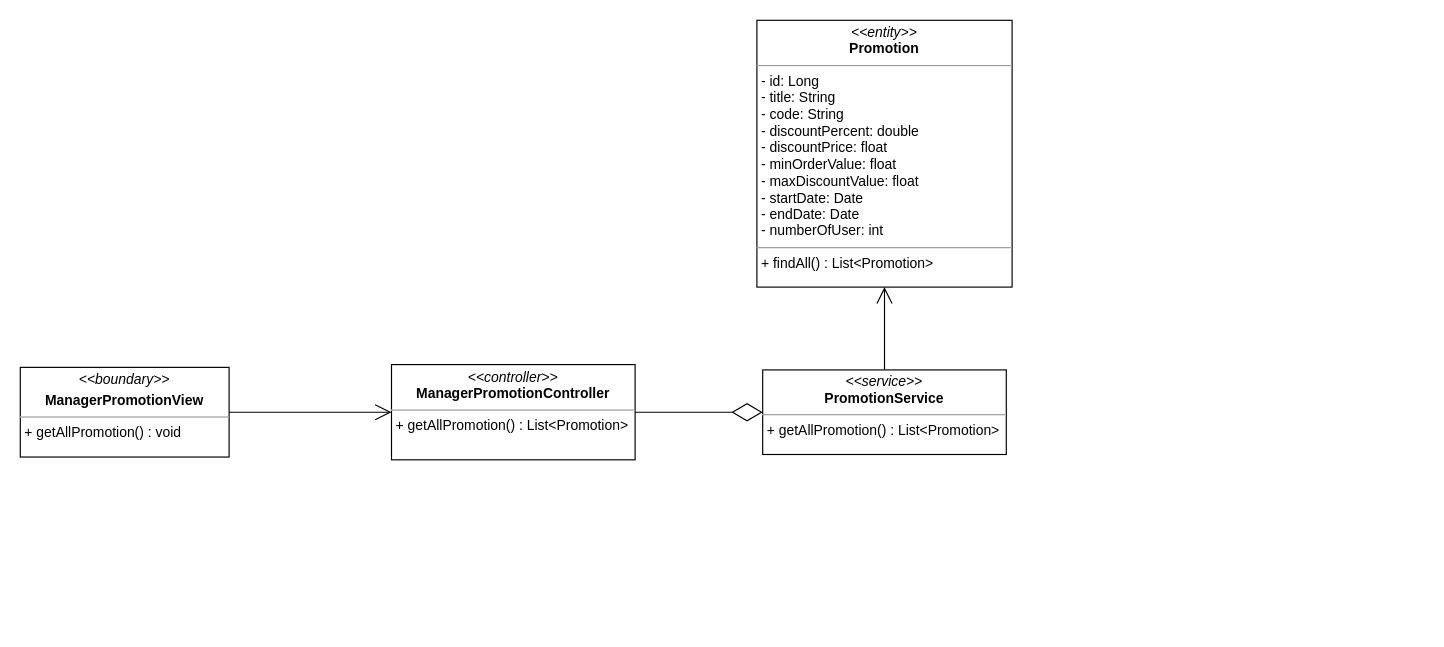
nguyenphamvan/datn_20202 keeps this draw.io diagram as class diagram/manager-promotion-class-diagram.drawio. Above is the earlier version. Source tidied: cells renumbered, new cells numbered last; positions are measured from the earlier drawing's top-left corner, leaving out a move shared by most shapes. Both pictures are drawn from the tidied source at 116%, with x=0, y=0 at pixel (20, 20).
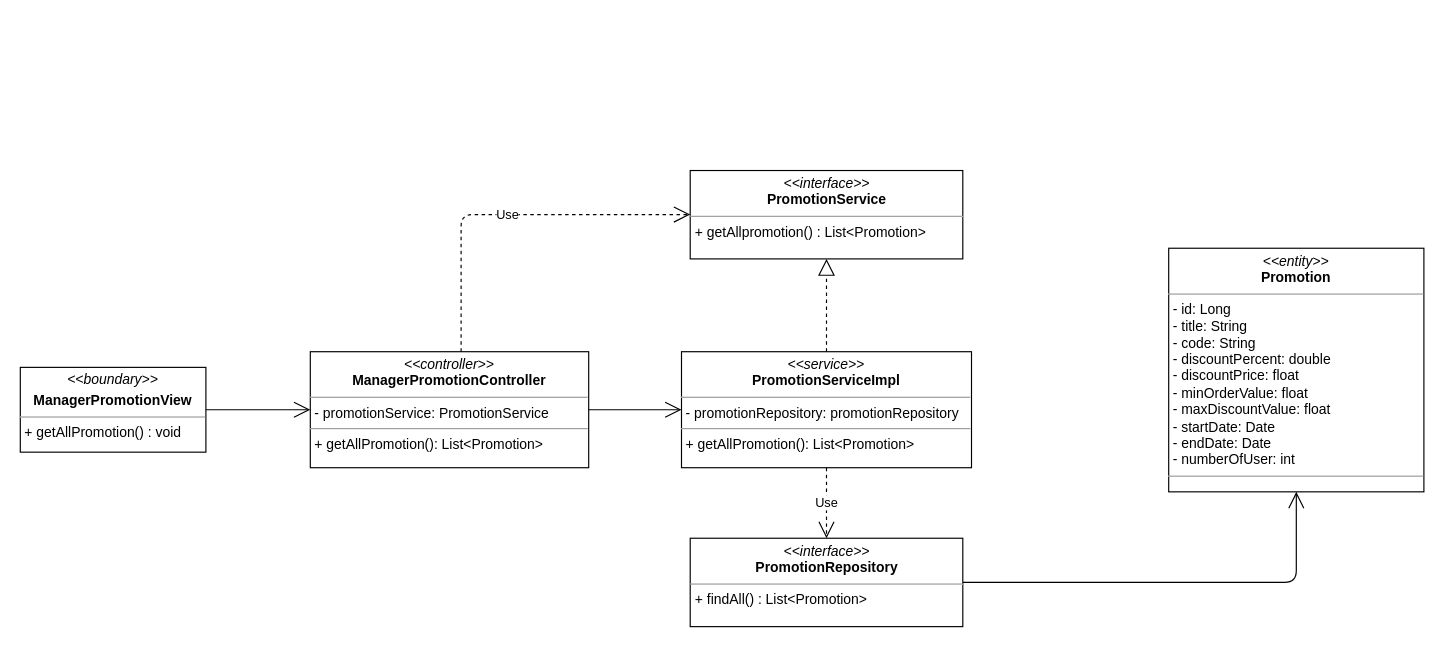
The same diagram, later.

What changed in the source:
```diff
@@
 <mxGraphModel>
   <root>
     <mxCell id="0" />
     <mxCell id="1" parent="0" />
-    <mxCell id="2" value="&lt;p style=&quot;margin: 0px ; margin-top: 4px ; text-align: center&quot;&gt;&lt;i&gt;&amp;lt;&amp;lt;boundary&amp;gt;&amp;gt;&lt;/i&gt;&lt;/p&gt;&lt;p style=&quot;margin: 0px ; margin-top: 4px ; text-align: center&quot;&gt;&lt;b&gt;ManagerPromotionView&lt;/b&gt;&lt;/p&gt;&lt;hr size=&quot;1&quot;&gt;&lt;p style=&quot;margin: 0px ; margin-left: 4px&quot;&gt;&lt;span&gt;+ getAllPromotion() : void&lt;br&gt;&lt;/span&gt;&lt;/p&gt;" style="verticalAlign=top;align=left;overflow=fill;fontSize=12;fontFamily=Helvetica;html=1;" parent="1" vertex="1">
-      <mxGeometry y="299.2" width="180" height="77.3" as="geometry" />
+    <mxCell id="2" value="&lt;p style=&quot;margin: 0px ; margin-top: 4px ; text-align: center&quot;&gt;&lt;i&gt;&amp;lt;&amp;lt;boundary&amp;gt;&amp;gt;&lt;/i&gt;&lt;/p&gt;&lt;p style=&quot;margin: 0px ; margin-top: 4px ; text-align: center&quot;&gt;&lt;b&gt;ManagerPromotionView&lt;/b&gt;&lt;/p&gt;&lt;hr size=&quot;1&quot;&gt;&lt;p style=&quot;margin: 0px ; margin-left: 4px&quot;&gt;&lt;span&gt;+ getAllPromotion() : void&lt;/span&gt;&lt;br&gt;&lt;/p&gt;" style="verticalAlign=top;align=left;overflow=fill;fontSize=12;fontFamily=Helvetica;html=1;" parent="1" vertex="1">
+      <mxGeometry y="299.2" width="160" height="73.1" as="geometry" />
     </mxCell>
-    <mxCell id="3" value="&lt;p style=&quot;margin: 0px ; margin-top: 4px ; text-align: center&quot;&gt;&lt;i&gt;&amp;lt;&amp;lt;controller&amp;gt;&amp;gt;&lt;/i&gt;&lt;br&gt;&lt;b&gt;ManagerPromotionController&lt;/b&gt;&lt;/p&gt;&lt;hr size=&quot;1&quot;&gt;&lt;p style=&quot;margin: 0px ; margin-left: 4px&quot;&gt;&lt;span&gt;+ getAllPromotion() : List&amp;lt;Promotion&amp;gt;&lt;/span&gt;&lt;/p&gt;" style="verticalAlign=top;align=left;overflow=fill;fontSize=12;fontFamily=Helvetica;html=1;" parent="1" vertex="1">
-      <mxGeometry x="320" y="296.8" width="210" height="82.1" as="geometry" />
-    </mxCell>
-    <mxCell id="4" value="&lt;p style=&quot;margin: 0px ; margin-top: 4px ; text-align: center&quot;&gt;&lt;i&gt;&amp;lt;&amp;lt;service&amp;gt;&amp;gt;&lt;/i&gt;&lt;br&gt;&lt;b&gt;PromotionService&lt;/b&gt;&lt;/p&gt;&lt;hr size=&quot;1&quot;&gt;&lt;p style=&quot;margin: 0px ; margin-left: 4px&quot;&gt;&lt;span&gt;+ getAllPromotion() : List&amp;lt;Promotion&amp;gt;&lt;/span&gt;&lt;/p&gt;" style="verticalAlign=top;align=left;overflow=fill;fontSize=12;fontFamily=Helvetica;html=1;" parent="1" vertex="1">
-      <mxGeometry x="640" y="301.4" width="210" height="72.9" as="geometry" />
-    </mxCell>
-    <mxCell id="5" style="endArrow=open;endFill=1;endSize=12;html=1;entryX=0;entryY=0.5;entryDx=0;entryDy=0;exitX=1;exitY=0.5;exitDx=0;exitDy=0;" parent="1" edge="1" source="2" target="3">
-      <mxGeometry relative="1" as="geometry" />
-    </mxCell>
-    <mxCell id="6" style="endArrow=diamondThin;endFill=0;endSize=24;html=1;entryX=0;entryY=0.5;entryDx=0;entryDy=0;exitX=1;exitY=0.5;exitDx=0;exitDy=0;" parent="1" edge="1" source="3" target="4">
-      <mxGeometry relative="1" as="geometry" />
-    </mxCell>
-    <mxCell id="7" style="endArrow=open;endFill=1;endSize=12;html=1;exitX=0.5;exitY=0;exitDx=0;exitDy=0;entryX=0.5;entryY=1;entryDx=0;entryDy=0;" parent="1" edge="1" source="4" target="8">
-      <mxGeometry relative="1" as="geometry" />
-    </mxCell>
-    <mxCell id="8" value="&lt;p style=&quot;margin: 0px ; margin-top: 4px ; text-align: center&quot;&gt;&lt;i&gt;&amp;lt;&amp;lt;entity&amp;gt;&amp;gt;&lt;/i&gt;&lt;br&gt;&lt;b&gt;Promotion&lt;/b&gt;&lt;/p&gt;&lt;hr size=&quot;1&quot;&gt;&lt;p style=&quot;margin: 0px ; margin-left: 4px&quot;&gt;- id: Long&lt;/p&gt;&lt;p style=&quot;margin: 0px 0px 0px 4px&quot;&gt;- title: String&lt;br&gt;- code: String&lt;/p&gt;&lt;p style=&quot;margin: 0px 0px 0px 4px&quot;&gt;- discountPercent: double&lt;/p&gt;&lt;p style=&quot;margin: 0px 0px 0px 4px&quot;&gt;- discountPrice: float&lt;/p&gt;&lt;p style=&quot;margin: 0px 0px 0px 4px&quot;&gt;- minOrderValue: float&lt;/p&gt;&lt;p style=&quot;margin: 0px 0px 0px 4px&quot;&gt;- maxDiscountValue: float&lt;/p&gt;&lt;p style=&quot;margin: 0px 0px 0px 4px&quot;&gt;- startDate: Date&lt;/p&gt;&lt;p style=&quot;margin: 0px 0px 0px 4px&quot;&gt;- endDate: Date&lt;/p&gt;&lt;p style=&quot;margin: 0px 0px 0px 4px&quot;&gt;- numberOfUser: int&lt;span&gt;&amp;nbsp;&lt;/span&gt;&lt;/p&gt;&lt;hr size=&quot;1&quot;&gt;&lt;p style=&quot;margin: 0px ; margin-left: 4px&quot;&gt;+ findAll() : List&amp;lt;Promotion&amp;gt;&lt;/p&gt;" style="verticalAlign=top;align=left;overflow=fill;fontSize=12;fontFamily=Helvetica;html=1;" parent="1" vertex="1">
-      <mxGeometry x="635" width="220" height="230" as="geometry" />
-    </mxCell>
+    <mxCell id="9" style="endArrow=open;endFill=1;endSize=12;html=1;entryX=0;entryY=0.5;entryDx=0;entryDy=0;exitX=1;exitY=0.5;exitDx=0;exitDy=0;" parent="1" edge="1" source="2" target="13">
+      <mxGeometry relative="1" as="geometry" />
+    </mxCell>
+    <mxCell id="10" style="endArrow=open;endFill=1;endSize=12;html=1;exitX=1;exitY=0.5;exitDx=0;exitDy=0;edgeStyle=orthogonalEdgeStyle;" parent="1" edge="1" source="11" target="19">
+      <mxGeometry relative="1" as="geometry" />
+    </mxCell>
+    <mxCell id="11" value="&lt;p style=&quot;margin: 0px ; margin-top: 4px ; text-align: center&quot;&gt;&lt;i&gt;&amp;lt;&amp;lt;interface&amp;gt;&amp;gt;&lt;/i&gt;&lt;br&gt;&lt;b&gt;PromotionRepository&lt;/b&gt;&lt;/p&gt;&lt;hr size=&quot;1&quot;&gt;&lt;p style=&quot;margin: 0px ; margin-left: 4px&quot;&gt;+ findAll() : List&amp;lt;Promotion&amp;gt;&lt;/p&gt;" style="verticalAlign=top;align=left;overflow=fill;fontSize=12;fontFamily=Helvetica;html=1;" parent="1" vertex="1">
+      <mxGeometry x="577.5" y="446.5" width="235" height="76.2" as="geometry" />
+    </mxCell>
+    <mxCell id="12" value="&lt;p style=&quot;margin: 0px ; margin-top: 4px ; text-align: center&quot;&gt;&lt;i&gt;&amp;lt;&amp;lt;interface&amp;gt;&amp;gt;&lt;/i&gt;&lt;br&gt;&lt;b&gt;PromotionService&lt;/b&gt;&lt;/p&gt;&lt;hr size=&quot;1&quot;&gt;&lt;p style=&quot;margin: 0px ; margin-left: 4px&quot;&gt;+ getAllpromotion() : List&amp;lt;Promotion&amp;gt;&lt;/p&gt;" style="verticalAlign=top;align=left;overflow=fill;fontSize=12;fontFamily=Helvetica;html=1;" parent="1" vertex="1">
+      <mxGeometry x="577.5" y="129.5" width="235" height="76.2" as="geometry" />
+    </mxCell>
+    <mxCell id="13" value="&lt;p style=&quot;margin: 0px ; margin-top: 4px ; text-align: center&quot;&gt;&lt;i&gt;&amp;lt;&amp;lt;controller&amp;gt;&amp;gt;&lt;/i&gt;&lt;br&gt;&lt;b&gt;ManagerPromotionController&lt;/b&gt;&lt;br&gt;&lt;/p&gt;&lt;hr size=&quot;1&quot;&gt;&lt;p style=&quot;margin: 0px ; margin-left: 4px&quot;&gt;- promotionService: PromotionService&lt;br&gt;&lt;/p&gt;&lt;hr size=&quot;1&quot;&gt;&lt;p style=&quot;margin: 0px ; margin-left: 4px&quot;&gt;+ getAllPromotion(): List&amp;lt;Promotion&amp;gt;&lt;br&gt;&lt;/p&gt;" style="verticalAlign=top;align=left;overflow=fill;fontSize=12;fontFamily=Helvetica;html=1;" parent="1" vertex="1">
+      <mxGeometry x="250" y="285.7" width="240" height="100" as="geometry" />
+    </mxCell>
+    <mxCell id="14" value="&lt;p style=&quot;margin: 0px ; margin-top: 4px ; text-align: center&quot;&gt;&lt;i&gt;&amp;lt;&amp;lt;service&amp;gt;&amp;gt;&lt;/i&gt;&lt;br&gt;&lt;b&gt;PromotionServiceImpl&lt;/b&gt;&lt;/p&gt;&lt;hr size=&quot;1&quot;&gt;&lt;p style=&quot;margin: 0px ; margin-left: 4px&quot;&gt;- promotionRepository: promotionRepository&lt;br&gt;&lt;/p&gt;&lt;hr size=&quot;1&quot;&gt;&lt;p style=&quot;margin: 0px ; margin-left: 4px&quot;&gt;+ getAllPromotion(): List&amp;lt;Promotion&amp;gt;&lt;br&gt;&lt;/p&gt;" style="verticalAlign=top;align=left;overflow=fill;fontSize=12;fontFamily=Helvetica;html=1;" parent="1" vertex="1">
+      <mxGeometry x="570" y="285.7" width="250" height="100" as="geometry" />
+    </mxCell>
+    <mxCell id="15" value="Use" style="endArrow=open;endSize=12;dashed=1;html=1;edgeStyle=orthogonalEdgeStyle;" parent="1" edge="1" source="13" target="12">
+      <mxGeometry relative="1" as="geometry">
+        <Array as="points">
+          <mxPoint x="380" y="167.5" />
+        </Array>
+      </mxGeometry>
+    </mxCell>
+    <mxCell id="16" style="endArrow=block;dashed=1;endFill=0;endSize=12;html=1;" parent="1" edge="1" source="14" target="12">
+      <mxGeometry relative="1" as="geometry" />
+    </mxCell>
+    <mxCell id="17" value="Use" style="endArrow=open;endSize=12;dashed=1;html=1;" parent="1" edge="1" source="14" target="11">
+      <mxGeometry relative="1" as="geometry" />
+    </mxCell>
+    <mxCell id="18" style="endArrow=open;endFill=1;endSize=12;html=1;" parent="1" edge="1" source="13" target="14">
+      <mxGeometry relative="1" as="geometry" />
+    </mxCell>
+    <mxCell id="19" value="&lt;p style=&quot;margin: 0px ; margin-top: 4px ; text-align: center&quot;&gt;&lt;i&gt;&amp;lt;&amp;lt;entity&amp;gt;&amp;gt;&lt;/i&gt;&lt;br&gt;&lt;b&gt;Promotion&lt;/b&gt;&lt;/p&gt;&lt;hr size=&quot;1&quot;&gt;&lt;p style=&quot;margin: 0px ; margin-left: 4px&quot;&gt;- id: Long&lt;/p&gt;&lt;p style=&quot;margin: 0px 0px 0px 4px&quot;&gt;- title: String&lt;br&gt;- code: String&lt;/p&gt;&lt;p style=&quot;margin: 0px 0px 0px 4px&quot;&gt;- discountPercent: double&lt;/p&gt;&lt;p style=&quot;margin: 0px 0px 0px 4px&quot;&gt;- discountPrice: float&lt;/p&gt;&lt;p style=&quot;margin: 0px 0px 0px 4px&quot;&gt;- minOrderValue: float&lt;/p&gt;&lt;p style=&quot;margin: 0px 0px 0px 4px&quot;&gt;- maxDiscountValue: float&lt;/p&gt;&lt;p style=&quot;margin: 0px 0px 0px 4px&quot;&gt;- startDate: Date&lt;/p&gt;&lt;p style=&quot;margin: 0px 0px 0px 4px&quot;&gt;- endDate: Date&lt;/p&gt;&lt;p style=&quot;margin: 0px 0px 0px 4px&quot;&gt;- numberOfUser: int&lt;span&gt;&amp;nbsp;&lt;/span&gt;&lt;/p&gt;&lt;hr size=&quot;1&quot;&gt;&lt;p style=&quot;margin: 0px ; margin-left: 4px&quot;&gt;&lt;br&gt;&lt;/p&gt;" style="verticalAlign=top;align=left;overflow=fill;fontSize=12;fontFamily=Helvetica;html=1;" parent="1" vertex="1">
+      <mxGeometry x="990" y="196.5" width="220" height="210" as="geometry" />
+    </mxCell>
   </root>
 </mxGraphModel>
```
